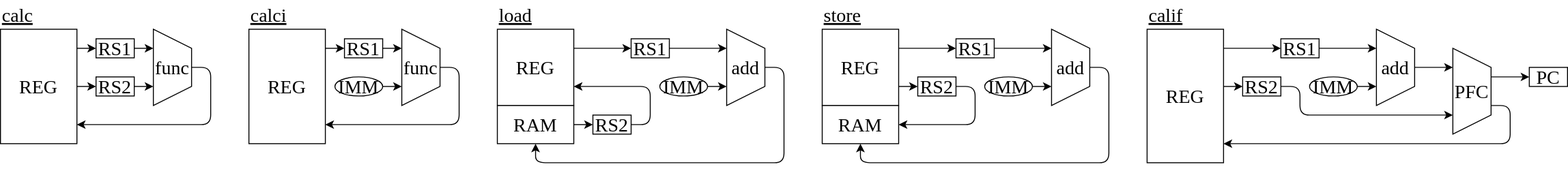
Before: Lab/Computer/RK16/01_Architecture/img/data_path.dio.svg, a diagram exported from draw.io (amane-uehara/kanade-k-1228.github.io). Source tidied: cells renumbered, new cells last; positions are measured from the earlier drawing's top-left corner, leaving out a move shared by most shapes.
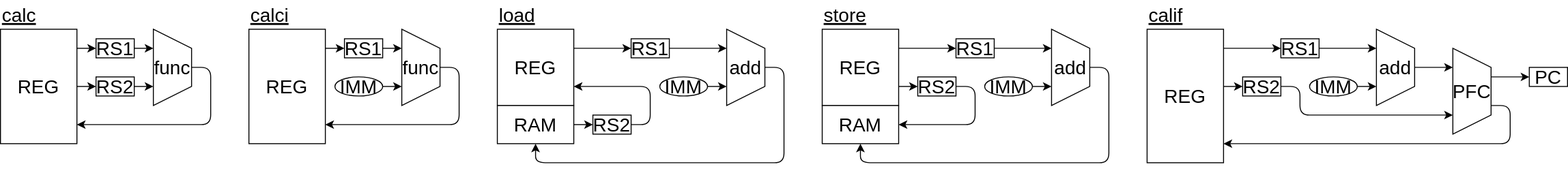
The same diagram one commit later.

The edit, as a diff of the source:
```diff
@@ -2,16 +2,16 @@
   <root>
     <mxCell id="0" />
     <mxCell id="1" parent="0" />
-    <mxCell id="2" value="calc" style="text;html=1;strokeColor=none;fillColor=none;align=left;verticalAlign=middle;whiteSpace=wrap;rounded=0;fontSize=20;fontStyle=4;fontFamily=Tahoma;" parent="1" vertex="1">
+    <mxCell id="2" value="calc" style="text;html=1;strokeColor=none;fillColor=none;align=left;verticalAlign=middle;whiteSpace=wrap;rounded=0;fontSize=20;fontStyle=4;fontFamily=Helvetica;" parent="1" vertex="1">
       <mxGeometry width="80" height="30" as="geometry" />
     </mxCell>
-    <mxCell id="3" value="REG" style="rounded=0;whiteSpace=wrap;html=1;fontSize=20;fontFamily=Tahoma;" parent="1" vertex="1">
+    <mxCell id="3" value="REG" style="rounded=0;whiteSpace=wrap;html=1;fontSize=20;fontFamily=Helvetica;" parent="1" vertex="1">
       <mxGeometry y="30" width="80" height="120" as="geometry" />
     </mxCell>
-    <mxCell id="4" value="func" style="shape=trapezoid;perimeter=trapezoidPerimeter;whiteSpace=wrap;html=1;fixedSize=1;fontSize=20;direction=south;fontFamily=Tahoma;" parent="1" vertex="1">
+    <mxCell id="4" value="func" style="shape=trapezoid;perimeter=trapezoidPerimeter;whiteSpace=wrap;html=1;fixedSize=1;fontSize=20;direction=south;fontFamily=Helvetica;" parent="1" vertex="1">
       <mxGeometry x="160" y="30" width="40" height="80" as="geometry" />
     </mxCell>
-    <mxCell id="5" style="endArrow=classic;html=1;fontSize=20;fontFamily=Tahoma;" parent="1" edge="1">
+    <mxCell id="5" style="endArrow=classic;html=1;fontSize=20;fontFamily=Helvetica;" parent="1" edge="1">
       <mxGeometry relative="1" as="geometry">
         <mxPoint x="200" y="70" as="sourcePoint" />
         <mxPoint x="80" y="130" as="targetPoint" />
@@ -21,25 +21,25 @@
         </Array>
       </mxGeometry>
     </mxCell>
-    <mxCell id="6" value="calci" style="text;html=1;strokeColor=none;fillColor=none;align=left;verticalAlign=middle;whiteSpace=wrap;rounded=0;fontSize=20;fontStyle=4;fontFamily=Tahoma;" parent="1" vertex="1">
+    <mxCell id="6" value="calci" style="text;html=1;strokeColor=none;fillColor=none;align=left;verticalAlign=middle;whiteSpace=wrap;rounded=0;fontSize=20;fontStyle=4;fontFamily=Helvetica;" parent="1" vertex="1">
       <mxGeometry x="260" width="80" height="30" as="geometry" />
     </mxCell>
-    <mxCell id="7" value="REG" style="rounded=0;whiteSpace=wrap;html=1;fontSize=20;fontFamily=Tahoma;" parent="1" vertex="1">
+    <mxCell id="7" value="REG" style="rounded=0;whiteSpace=wrap;html=1;fontSize=20;fontFamily=Helvetica;" parent="1" vertex="1">
       <mxGeometry x="260" y="30" width="80" height="120" as="geometry" />
     </mxCell>
-    <mxCell id="8" value="load" style="text;html=1;strokeColor=none;fillColor=none;align=left;verticalAlign=middle;whiteSpace=wrap;rounded=0;fontSize=20;fontStyle=4;fontFamily=Tahoma;" parent="1" vertex="1">
+    <mxCell id="8" value="load" style="text;html=1;strokeColor=none;fillColor=none;align=left;verticalAlign=middle;whiteSpace=wrap;rounded=0;fontSize=20;fontStyle=4;fontFamily=Helvetica;" parent="1" vertex="1">
       <mxGeometry x="520" width="80" height="30" as="geometry" />
     </mxCell>
-    <mxCell id="9" value="REG" style="rounded=0;whiteSpace=wrap;html=1;fontSize=20;fontFamily=Tahoma;" parent="1" vertex="1">
+    <mxCell id="9" value="REG" style="rounded=0;whiteSpace=wrap;html=1;fontSize=20;fontFamily=Helvetica;" parent="1" vertex="1">
       <mxGeometry x="520" y="30" width="80" height="80" as="geometry" />
     </mxCell>
-    <mxCell id="10" style="endArrow=classic;html=1;fontSize=20;fontFamily=Tahoma;" parent="1" edge="1">
+    <mxCell id="10" style="endArrow=classic;html=1;fontSize=20;fontFamily=Helvetica;" parent="1" edge="1">
       <mxGeometry relative="1" as="geometry">
         <mxPoint x="600" y="130" as="sourcePoint" />
         <mxPoint x="620" y="130" as="targetPoint" />
       </mxGeometry>
     </mxCell>
-    <mxCell id="11" style="endArrow=classic;html=1;fontSize=20;fontFamily=Tahoma;" parent="1" edge="1">
+    <mxCell id="11" style="endArrow=classic;html=1;fontSize=20;fontFamily=Helvetica;" parent="1" edge="1">
       <mxGeometry relative="1" as="geometry">
         <mxPoint x="660" y="130" as="sourcePoint" />
         <mxPoint x="600" y="90" as="targetPoint" />
@@ -49,28 +49,28 @@
         </Array>
       </mxGeometry>
     </mxCell>
-    <mxCell id="12" value="RAM" style="rounded=0;whiteSpace=wrap;html=1;fontSize=20;fontFamily=Tahoma;" parent="1" vertex="1">
+    <mxCell id="12" value="RAM" style="rounded=0;whiteSpace=wrap;html=1;fontSize=20;fontFamily=Helvetica;" parent="1" vertex="1">
       <mxGeometry x="520" y="110" width="80" height="40" as="geometry" />
     </mxCell>
-    <mxCell id="13" value="store" style="text;html=1;strokeColor=none;fillColor=none;align=left;verticalAlign=middle;whiteSpace=wrap;rounded=0;fontSize=20;fontStyle=4;fontFamily=Tahoma;" parent="1" vertex="1">
+    <mxCell id="13" value="store" style="text;html=1;strokeColor=none;fillColor=none;align=left;verticalAlign=middle;whiteSpace=wrap;rounded=0;fontSize=20;fontStyle=4;fontFamily=Helvetica;" parent="1" vertex="1">
       <mxGeometry x="860" width="80" height="30" as="geometry" />
     </mxCell>
-    <mxCell id="14" value="calif" style="text;html=1;strokeColor=none;fillColor=none;align=left;verticalAlign=middle;whiteSpace=wrap;rounded=0;fontSize=20;fontStyle=4;fontFamily=Tahoma;" parent="1" vertex="1">
+    <mxCell id="14" value="calif" style="text;html=1;strokeColor=none;fillColor=none;align=left;verticalAlign=middle;whiteSpace=wrap;rounded=0;fontSize=20;fontStyle=4;fontFamily=Helvetica;" parent="1" vertex="1">
       <mxGeometry x="1200" width="80" height="30" as="geometry" />
     </mxCell>
-    <mxCell id="15" value="REG" style="rounded=0;whiteSpace=wrap;html=1;fontSize=20;fontFamily=Tahoma;" parent="1" vertex="1">
+    <mxCell id="15" value="REG" style="rounded=0;whiteSpace=wrap;html=1;fontSize=20;fontFamily=Helvetica;" parent="1" vertex="1">
       <mxGeometry x="1200" y="30" width="80" height="140" as="geometry" />
     </mxCell>
-    <mxCell id="16" style="endArrow=classic;html=1;fontSize=20;fontFamily=Tahoma;" parent="1" edge="1">
+    <mxCell id="16" style="endArrow=classic;html=1;fontSize=20;fontFamily=Helvetica;" parent="1" edge="1">
       <mxGeometry relative="1" as="geometry">
         <mxPoint x="1480" y="70" as="sourcePoint" />
         <mxPoint x="1520" y="70" as="targetPoint" />
       </mxGeometry>
     </mxCell>
-    <mxCell id="17" value="PC" style="rounded=0;whiteSpace=wrap;html=1;fontSize=20;fontFamily=Tahoma;" parent="1" vertex="1">
+    <mxCell id="17" value="PC" style="rounded=0;whiteSpace=wrap;html=1;fontSize=20;fontFamily=Helvetica;" parent="1" vertex="1">
       <mxGeometry x="1600" y="70" width="40" height="20" as="geometry" />
     </mxCell>
-    <mxCell id="18" style="endArrow=classic;html=1;fontSize=20;fontFamily=Tahoma;" parent="1" edge="1">
+    <mxCell id="18" style="endArrow=classic;html=1;fontSize=20;fontFamily=Helvetica;" parent="1" edge="1">
       <mxGeometry relative="1" as="geometry">
         <mxPoint x="1560" y="110" as="sourcePoint" />
         <mxPoint x="1280" y="150" as="targetPoint" />
@@ -80,40 +80,40 @@
         </Array>
       </mxGeometry>
     </mxCell>
-    <mxCell id="19" value="RS1" style="rounded=0;whiteSpace=wrap;html=1;fontSize=20;fontFamily=Tahoma;verticalAlign=middle;" parent="1" vertex="1">
+    <mxCell id="19" value="RS1" style="rounded=0;whiteSpace=wrap;html=1;fontSize=20;fontFamily=Helvetica;verticalAlign=middle;" parent="1" vertex="1">
       <mxGeometry x="100" y="40" width="40" height="20" as="geometry" />
     </mxCell>
-    <mxCell id="20" style="endArrow=classic;html=1;fontSize=20;fontFamily=Tahoma;" parent="1" edge="1">
+    <mxCell id="20" style="endArrow=classic;html=1;fontSize=20;fontFamily=Helvetica;" parent="1" edge="1">
       <mxGeometry relative="1" as="geometry">
         <mxPoint x="80" y="50" as="sourcePoint" />
         <mxPoint x="100" y="50" as="targetPoint" />
       </mxGeometry>
     </mxCell>
-    <mxCell id="21" style="endArrow=classic;html=1;fontSize=20;fontFamily=Tahoma;" parent="1" edge="1">
+    <mxCell id="21" style="endArrow=classic;html=1;fontSize=20;fontFamily=Helvetica;" parent="1" edge="1">
       <mxGeometry relative="1" as="geometry">
         <mxPoint x="80" y="90" as="sourcePoint" />
         <mxPoint x="100" y="90" as="targetPoint" />
       </mxGeometry>
     </mxCell>
-    <mxCell id="22" style="endArrow=classic;html=1;fontSize=20;fontFamily=Tahoma;" parent="1" edge="1">
+    <mxCell id="22" style="endArrow=classic;html=1;fontSize=20;fontFamily=Helvetica;" parent="1" edge="1">
       <mxGeometry relative="1" as="geometry">
         <mxPoint x="140" y="50" as="sourcePoint" />
         <mxPoint x="160" y="50" as="targetPoint" />
       </mxGeometry>
     </mxCell>
-    <mxCell id="23" value="RS2" style="rounded=0;whiteSpace=wrap;html=1;fontSize=20;fontFamily=Tahoma;" parent="1" vertex="1">
+    <mxCell id="23" value="RS2" style="rounded=0;whiteSpace=wrap;html=1;fontSize=20;fontFamily=Helvetica;" parent="1" vertex="1">
       <mxGeometry x="100" y="80" width="40" height="20" as="geometry" />
     </mxCell>
-    <mxCell id="24" style="endArrow=classic;html=1;fontSize=20;fontFamily=Tahoma;" parent="1" edge="1">
+    <mxCell id="24" style="endArrow=classic;html=1;fontSize=20;fontFamily=Helvetica;" parent="1" edge="1">
       <mxGeometry relative="1" as="geometry">
         <mxPoint x="140" y="90" as="sourcePoint" />
         <mxPoint x="160" y="90" as="targetPoint" />
       </mxGeometry>
     </mxCell>
-    <mxCell id="25" value="func" style="shape=trapezoid;perimeter=trapezoidPerimeter;whiteSpace=wrap;html=1;fixedSize=1;fontSize=20;direction=south;fontFamily=Tahoma;" parent="1" vertex="1">
+    <mxCell id="25" value="func" style="shape=trapezoid;perimeter=trapezoidPerimeter;whiteSpace=wrap;html=1;fixedSize=1;fontSize=20;direction=south;fontFamily=Helvetica;" parent="1" vertex="1">
       <mxGeometry x="420" y="30" width="40" height="80" as="geometry" />
     </mxCell>
-    <mxCell id="26" style="endArrow=classic;html=1;fontSize=20;fontFamily=Tahoma;" parent="1" edge="1">
+    <mxCell id="26" style="endArrow=classic;html=1;fontSize=20;fontFamily=Helvetica;" parent="1" edge="1">
       <mxGeometry relative="1" as="geometry">
         <mxPoint x="460" y="70" as="sourcePoint" />
         <mxPoint x="340" y="130" as="targetPoint" />
@@ -123,31 +123,31 @@
         </Array>
       </mxGeometry>
     </mxCell>
-    <mxCell id="27" value="RS1" style="rounded=0;whiteSpace=wrap;html=1;fontSize=20;fontFamily=Tahoma;" parent="1" vertex="1">
+    <mxCell id="27" value="RS1" style="rounded=0;whiteSpace=wrap;html=1;fontSize=20;fontFamily=Helvetica;" parent="1" vertex="1">
       <mxGeometry x="360" y="40" width="40" height="20" as="geometry" />
     </mxCell>
-    <mxCell id="28" style="endArrow=classic;html=1;fontSize=20;fontFamily=Tahoma;" parent="1" edge="1">
+    <mxCell id="28" style="endArrow=classic;html=1;fontSize=20;fontFamily=Helvetica;" parent="1" edge="1">
       <mxGeometry relative="1" as="geometry">
         <mxPoint x="340" y="50" as="sourcePoint" />
         <mxPoint x="360" y="50" as="targetPoint" />
       </mxGeometry>
     </mxCell>
-    <mxCell id="29" style="endArrow=classic;html=1;fontSize=20;fontFamily=Tahoma;" parent="1" edge="1">
+    <mxCell id="29" style="endArrow=classic;html=1;fontSize=20;fontFamily=Helvetica;" parent="1" edge="1">
       <mxGeometry relative="1" as="geometry">
         <mxPoint x="400" y="50" as="sourcePoint" />
         <mxPoint x="420" y="50" as="targetPoint" />
       </mxGeometry>
     </mxCell>
-    <mxCell id="30" style="endArrow=classic;html=1;fontSize=20;fontFamily=Tahoma;" parent="1" edge="1">
+    <mxCell id="30" style="endArrow=classic;html=1;fontSize=20;fontFamily=Helvetica;" parent="1" edge="1">
       <mxGeometry relative="1" as="geometry">
         <mxPoint x="400" y="90" as="sourcePoint" />
         <mxPoint x="420" y="90" as="targetPoint" />
       </mxGeometry>
     </mxCell>
-    <mxCell id="31" value="add" style="shape=trapezoid;perimeter=trapezoidPerimeter;whiteSpace=wrap;html=1;fixedSize=1;fontSize=20;direction=south;fontFamily=Tahoma;" parent="1" vertex="1">
+    <mxCell id="31" value="add" style="shape=trapezoid;perimeter=trapezoidPerimeter;whiteSpace=wrap;html=1;fixedSize=1;fontSize=20;direction=south;fontFamily=Helvetica;" parent="1" vertex="1">
       <mxGeometry x="760" y="30" width="40" height="80" as="geometry" />
     </mxCell>
-    <mxCell id="32" style="endArrow=classic;html=1;fontSize=20;fontFamily=Tahoma;" parent="1" edge="1">
+    <mxCell id="32" style="endArrow=classic;html=1;fontSize=20;fontFamily=Helvetica;" parent="1" edge="1">
       <mxGeometry relative="1" as="geometry">
         <mxPoint x="800" y="70" as="sourcePoint" />
         <mxPoint x="560" y="150" as="targetPoint" />
@@ -158,40 +158,40 @@
         </Array>
       </mxGeometry>
     </mxCell>
-    <mxCell id="33" value="RS1" style="rounded=0;whiteSpace=wrap;html=1;fontSize=20;fontFamily=Tahoma;" parent="1" vertex="1">
+    <mxCell id="33" value="RS1" style="rounded=0;whiteSpace=wrap;html=1;fontSize=20;fontFamily=Helvetica;" parent="1" vertex="1">
       <mxGeometry x="660" y="40" width="40" height="20" as="geometry" />
     </mxCell>
-    <mxCell id="34" style="endArrow=classic;html=1;fontSize=20;fontFamily=Tahoma;" parent="1" edge="1">
+    <mxCell id="34" style="endArrow=classic;html=1;fontSize=20;fontFamily=Helvetica;" parent="1" edge="1">
       <mxGeometry relative="1" as="geometry">
         <mxPoint x="600" y="50" as="sourcePoint" />
         <mxPoint x="660" y="50" as="targetPoint" />
       </mxGeometry>
     </mxCell>
-    <mxCell id="35" style="endArrow=classic;html=1;fontSize=20;fontFamily=Tahoma;" parent="1" edge="1">
+    <mxCell id="35" style="endArrow=classic;html=1;fontSize=20;fontFamily=Helvetica;" parent="1" edge="1">
       <mxGeometry relative="1" as="geometry">
         <mxPoint x="700" y="50" as="sourcePoint" />
         <mxPoint x="760" y="50" as="targetPoint" />
       </mxGeometry>
     </mxCell>
-    <mxCell id="36" value="RS2" style="rounded=0;whiteSpace=wrap;html=1;fontSize=20;fontFamily=Tahoma;" parent="1" vertex="1">
+    <mxCell id="36" value="RS2" style="rounded=0;whiteSpace=wrap;html=1;fontSize=20;fontFamily=Helvetica;" parent="1" vertex="1">
       <mxGeometry x="620" y="120" width="40" height="20" as="geometry" />
     </mxCell>
-    <mxCell id="37" style="endArrow=classic;html=1;fontSize=20;fontFamily=Tahoma;" parent="1" edge="1">
+    <mxCell id="37" style="endArrow=classic;html=1;fontSize=20;fontFamily=Helvetica;" parent="1" edge="1">
       <mxGeometry relative="1" as="geometry">
         <mxPoint x="740" y="90" as="sourcePoint" />
         <mxPoint x="760" y="90" as="targetPoint" />
       </mxGeometry>
     </mxCell>
-    <mxCell id="38" value="REG" style="rounded=0;whiteSpace=wrap;html=1;fontSize=20;fontFamily=Tahoma;" parent="1" vertex="1">
+    <mxCell id="38" value="REG" style="rounded=0;whiteSpace=wrap;html=1;fontSize=20;fontFamily=Helvetica;" parent="1" vertex="1">
       <mxGeometry x="860" y="30" width="80" height="80" as="geometry" />
     </mxCell>
-    <mxCell id="39" value="RAM" style="rounded=0;whiteSpace=wrap;html=1;fontSize=20;fontFamily=Tahoma;" parent="1" vertex="1">
+    <mxCell id="39" value="RAM" style="rounded=0;whiteSpace=wrap;html=1;fontSize=20;fontFamily=Helvetica;" parent="1" vertex="1">
       <mxGeometry x="860" y="110" width="80" height="40" as="geometry" />
     </mxCell>
-    <mxCell id="40" value="add" style="shape=trapezoid;perimeter=trapezoidPerimeter;whiteSpace=wrap;html=1;fixedSize=1;fontSize=20;direction=south;fontFamily=Tahoma;" parent="1" vertex="1">
+    <mxCell id="40" value="add" style="shape=trapezoid;perimeter=trapezoidPerimeter;whiteSpace=wrap;html=1;fixedSize=1;fontSize=20;direction=south;fontFamily=Helvetica;" parent="1" vertex="1">
       <mxGeometry x="1100" y="30" width="40" height="80" as="geometry" />
     </mxCell>
-    <mxCell id="41" style="endArrow=classic;html=1;fontSize=20;fontFamily=Tahoma;" parent="1" edge="1">
+    <mxCell id="41" style="endArrow=classic;html=1;fontSize=20;fontFamily=Helvetica;" parent="1" edge="1">
       <mxGeometry relative="1" as="geometry">
         <mxPoint x="1140" y="70" as="sourcePoint" />
         <mxPoint x="900" y="150" as="targetPoint" />
@@ -202,28 +202,28 @@
         </Array>
       </mxGeometry>
     </mxCell>
-    <mxCell id="42" value="RS1" style="rounded=0;whiteSpace=wrap;html=1;fontSize=20;fontFamily=Tahoma;" parent="1" vertex="1">
+    <mxCell id="42" value="RS1" style="rounded=0;whiteSpace=wrap;html=1;fontSize=20;fontFamily=Helvetica;" parent="1" vertex="1">
       <mxGeometry x="1000" y="40" width="40" height="20" as="geometry" />
     </mxCell>
-    <mxCell id="43" style="endArrow=classic;html=1;fontSize=20;fontFamily=Tahoma;" parent="1" edge="1">
+    <mxCell id="43" style="endArrow=classic;html=1;fontSize=20;fontFamily=Helvetica;" parent="1" edge="1">
       <mxGeometry relative="1" as="geometry">
         <mxPoint x="940" y="50" as="sourcePoint" />
         <mxPoint x="1000" y="50" as="targetPoint" />
       </mxGeometry>
     </mxCell>
-    <mxCell id="44" style="endArrow=classic;html=1;fontSize=20;fontFamily=Tahoma;" parent="1" edge="1">
+    <mxCell id="44" style="endArrow=classic;html=1;fontSize=20;fontFamily=Helvetica;" parent="1" edge="1">
       <mxGeometry relative="1" as="geometry">
         <mxPoint x="1040" y="50" as="sourcePoint" />
         <mxPoint x="1100" y="50" as="targetPoint" />
       </mxGeometry>
     </mxCell>
-    <mxCell id="45" style="endArrow=classic;html=1;fontSize=20;fontFamily=Tahoma;" parent="1" edge="1">
+    <mxCell id="45" style="endArrow=classic;html=1;fontSize=20;fontFamily=Helvetica;" parent="1" edge="1">
       <mxGeometry relative="1" as="geometry">
         <mxPoint x="1080" y="90" as="sourcePoint" />
         <mxPoint x="1100" y="90" as="targetPoint" />
       </mxGeometry>
     </mxCell>
-    <mxCell id="46" style="endArrow=classic;html=1;fontSize=20;fontFamily=Tahoma;" parent="1" edge="1">
+    <mxCell id="46" style="endArrow=classic;html=1;fontSize=20;fontFamily=Helvetica;" parent="1" edge="1">
       <mxGeometry relative="1" as="geometry">
         <mxPoint x="1000" y="90" as="sourcePoint" />
         <mxPoint x="940" y="130" as="targetPoint" />
@@ -233,52 +233,52 @@
         </Array>
       </mxGeometry>
     </mxCell>
-    <mxCell id="47" style="endArrow=classic;html=1;fontSize=20;fontFamily=Tahoma;" parent="1" edge="1">
+    <mxCell id="47" style="endArrow=classic;html=1;fontSize=20;fontFamily=Helvetica;" parent="1" edge="1">
       <mxGeometry relative="1" as="geometry">
         <mxPoint x="940" y="90" as="sourcePoint" />
         <mxPoint x="960" y="90" as="targetPoint" />
       </mxGeometry>
     </mxCell>
-    <mxCell id="48" value="RS2" style="rounded=0;whiteSpace=wrap;html=1;fontSize=20;fontFamily=Tahoma;" parent="1" vertex="1">
+    <mxCell id="48" value="RS2" style="rounded=0;whiteSpace=wrap;html=1;fontSize=20;fontFamily=Helvetica;" parent="1" vertex="1">
       <mxGeometry x="960" y="80" width="40" height="20" as="geometry" />
     </mxCell>
-    <mxCell id="49" value="IMM" style="ellipse;whiteSpace=wrap;html=1;fontSize=20;fontFamily=Tahoma;" parent="1" vertex="1">
+    <mxCell id="49" value="IMM" style="ellipse;whiteSpace=wrap;html=1;fontSize=20;fontFamily=Helvetica;" parent="1" vertex="1">
       <mxGeometry x="690" y="80" width="50" height="20" as="geometry" />
     </mxCell>
-    <mxCell id="50" value="IMM" style="ellipse;whiteSpace=wrap;html=1;fontSize=20;fontFamily=Tahoma;" parent="1" vertex="1">
+    <mxCell id="50" value="IMM" style="ellipse;whiteSpace=wrap;html=1;fontSize=20;fontFamily=Helvetica;" parent="1" vertex="1">
       <mxGeometry x="350" y="80" width="50" height="20" as="geometry" />
     </mxCell>
-    <mxCell id="51" value="IMM" style="ellipse;whiteSpace=wrap;html=1;fontSize=20;fontFamily=Tahoma;" parent="1" vertex="1">
+    <mxCell id="51" value="IMM" style="ellipse;whiteSpace=wrap;html=1;fontSize=20;fontFamily=Helvetica;" parent="1" vertex="1">
       <mxGeometry x="1030" y="80" width="50" height="20" as="geometry" />
     </mxCell>
-    <mxCell id="52" value="PFC" style="shape=trapezoid;perimeter=trapezoidPerimeter;whiteSpace=wrap;html=1;fixedSize=1;fontSize=20;direction=south;fontFamily=Tahoma;" parent="1" vertex="1">
+    <mxCell id="52" value="PFC" style="shape=trapezoid;perimeter=trapezoidPerimeter;whiteSpace=wrap;html=1;fixedSize=1;fontSize=20;direction=south;fontFamily=Helvetica;" parent="1" vertex="1">
       <mxGeometry x="1520" y="50" width="40" height="90" as="geometry" />
     </mxCell>
-    <mxCell id="53" value="add" style="shape=trapezoid;perimeter=trapezoidPerimeter;whiteSpace=wrap;html=1;fixedSize=1;fontSize=20;direction=south;fontFamily=Tahoma;" parent="1" vertex="1">
+    <mxCell id="53" value="add" style="shape=trapezoid;perimeter=trapezoidPerimeter;whiteSpace=wrap;html=1;fixedSize=1;fontSize=20;direction=south;fontFamily=Helvetica;" parent="1" vertex="1">
       <mxGeometry x="1440" y="30" width="40" height="80" as="geometry" />
     </mxCell>
-    <mxCell id="54" value="RS1" style="rounded=0;whiteSpace=wrap;html=1;fontSize=20;fontFamily=Tahoma;" parent="1" vertex="1">
+    <mxCell id="54" value="RS1" style="rounded=0;whiteSpace=wrap;html=1;fontSize=20;fontFamily=Helvetica;" parent="1" vertex="1">
       <mxGeometry x="1340" y="40" width="40" height="20" as="geometry" />
     </mxCell>
-    <mxCell id="55" style="endArrow=classic;html=1;fontSize=20;fontFamily=Tahoma;" parent="1" edge="1">
+    <mxCell id="55" style="endArrow=classic;html=1;fontSize=20;fontFamily=Helvetica;" parent="1" edge="1">
       <mxGeometry relative="1" as="geometry">
         <mxPoint x="1280" y="50" as="sourcePoint" />
         <mxPoint x="1340" y="50" as="targetPoint" />
       </mxGeometry>
     </mxCell>
-    <mxCell id="56" style="endArrow=classic;html=1;fontSize=20;fontFamily=Tahoma;" parent="1" edge="1">
+    <mxCell id="56" style="endArrow=classic;html=1;fontSize=20;fontFamily=Helvetica;" parent="1" edge="1">
       <mxGeometry relative="1" as="geometry">
         <mxPoint x="1380" y="50" as="sourcePoint" />
         <mxPoint x="1440" y="50" as="targetPoint" />
       </mxGeometry>
     </mxCell>
-    <mxCell id="57" style="endArrow=classic;html=1;fontSize=20;fontFamily=Tahoma;" parent="1" edge="1">
+    <mxCell id="57" style="endArrow=classic;html=1;fontSize=20;fontFamily=Helvetica;" parent="1" edge="1">
       <mxGeometry relative="1" as="geometry">
         <mxPoint x="1420" y="90" as="sourcePoint" />
         <mxPoint x="1440" y="90" as="targetPoint" />
       </mxGeometry>
     </mxCell>
-    <mxCell id="58" style="endArrow=classic;html=1;fontSize=20;fontFamily=Tahoma;" parent="1" edge="1">
+    <mxCell id="58" style="endArrow=classic;html=1;fontSize=20;fontFamily=Helvetica;" parent="1" edge="1">
       <mxGeometry relative="1" as="geometry">
         <mxPoint x="1340" y="90" as="sourcePoint" />
         <mxPoint x="1520" y="120" as="targetPoint" />
@@ -288,19 +288,19 @@
         </Array>
       </mxGeometry>
     </mxCell>
-    <mxCell id="59" style="endArrow=classic;html=1;fontSize=20;fontFamily=Tahoma;" parent="1" edge="1">
+    <mxCell id="59" style="endArrow=classic;html=1;fontSize=20;fontFamily=Helvetica;" parent="1" edge="1">
       <mxGeometry relative="1" as="geometry">
         <mxPoint x="1280" y="90" as="sourcePoint" />
         <mxPoint x="1300" y="90" as="targetPoint" />
       </mxGeometry>
     </mxCell>
-    <mxCell id="60" value="RS2" style="rounded=0;whiteSpace=wrap;html=1;fontSize=20;fontFamily=Tahoma;" parent="1" vertex="1">
+    <mxCell id="60" value="RS2" style="rounded=0;whiteSpace=wrap;html=1;fontSize=20;fontFamily=Helvetica;" parent="1" vertex="1">
       <mxGeometry x="1300" y="80" width="40" height="20" as="geometry" />
     </mxCell>
-    <mxCell id="61" value="IMM" style="ellipse;whiteSpace=wrap;html=1;fontSize=20;fontFamily=Tahoma;" parent="1" vertex="1">
+    <mxCell id="61" value="IMM" style="ellipse;whiteSpace=wrap;html=1;fontSize=20;fontFamily=Helvetica;" parent="1" vertex="1">
       <mxGeometry x="1370" y="80" width="50" height="20" as="geometry" />
     </mxCell>
-    <mxCell id="62" style="endArrow=classic;html=1;fontSize=20;fontFamily=Tahoma;" parent="1" edge="1">
+    <mxCell id="62" style="endArrow=classic;html=1;fontSize=20;fontFamily=Helvetica;" parent="1" edge="1">
       <mxGeometry relative="1" as="geometry">
         <mxPoint x="1560" y="80" as="sourcePoint" />
         <mxPoint x="1600" y="80" as="targetPoint" />
```
